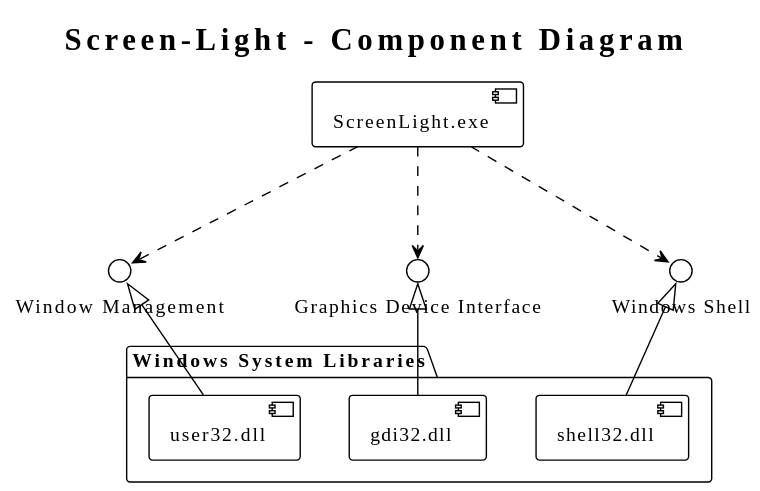
The PlantUML diagram out/diagrams/component/component.svg in CosmicDNA/screen-light, before a commit. Source of this version:
```plantuml
@startuml
!theme plain
title Screen-Light - Component Diagram

skinparam componentStyle uml2

[ScreenLight.exe] as App

package "Windows System Libraries" {
  [user32.dll] as User32
  [gdi32.dll] as Gdi32
  [shell32.dll] as Shell32
}

interface "Window Management" as IWin
interface "Graphics Device Interface" as IGDI
interface "Windows Shell" as IShell

App ..> IWin
App ..> IGDI
App ..> IShell

IWin <|-- User32
IGDI <|-- Gdi32
IShell <|-- Shell32
@enduml
```
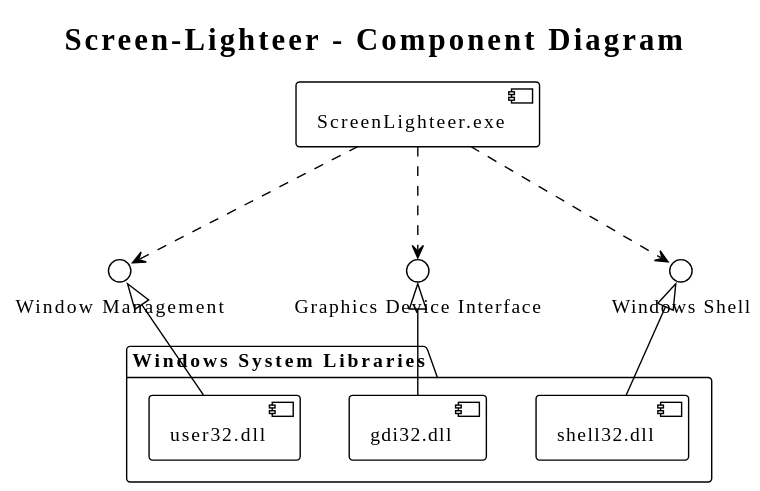
Later version of the same file.

The edit, as a diff of the source:
```diff
@@ -4,7 +4,7 @@
 
 skinparam componentStyle uml2
 
-[ScreenLight.exe] as App
+[ScreenLighteer.exe] as App
 
 package "Windows System Libraries" {
   [user32.dll] as User32
```
